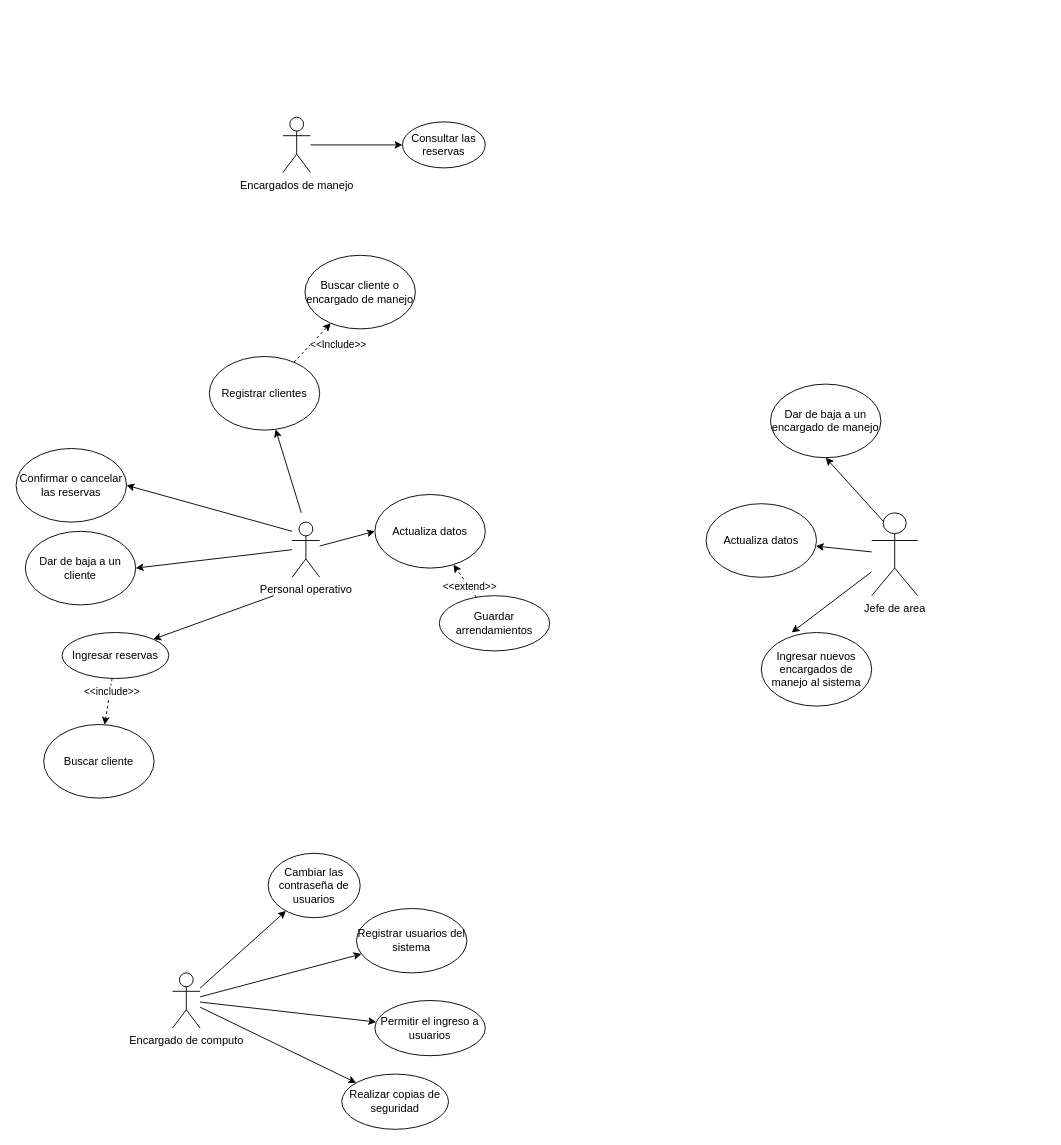
Above: Diseño&Arquitectura/Semana3/semana03.drawio in adriarpi1622/Daniel-Yali (draw.io), before the change. Source tidied: cells renumbered, new cells numbered last; positions are measured from the earlier drawing's top-left corner, leaving out a move shared by most shapes. Both pictures are drawn from the tidied source at 92%, with x=0, y=0 at pixel (16, 117).
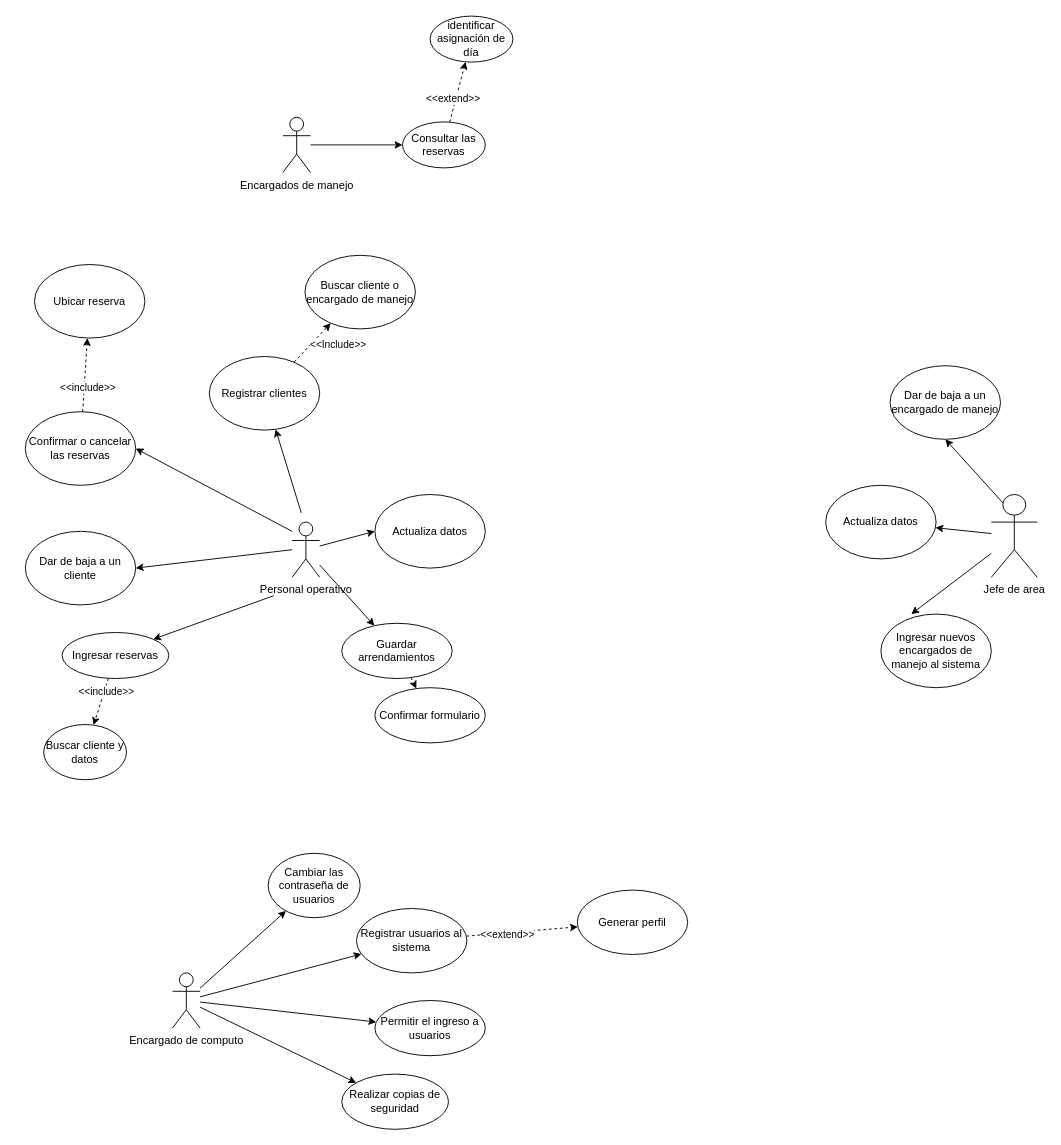
Above is the later version.

The change refers to these unchanged cells:
```xml
<mxCell id="18" value="Personal operativo" style="shape=umlActor;verticalLabelPosition=bottom;verticalAlign=top;html=1;outlineConnect=0;" parent="1" vertex="1">
  <mxGeometry x="300" y="440" width="30" height="60" as="geometry" />
</mxCell>
<mxCell id="20" value="Actualiza datos" style="ellipse;whiteSpace=wrap;html=1;" parent="1" vertex="1">
  <mxGeometry x="390" y="410" width="120" height="80" as="geometry" />
</mxCell>
<mxCell id="28" value="Consultar las reservas" style="ellipse;whiteSpace=wrap;html=1;" parent="1" vertex="1">
  <mxGeometry x="420" y="5" width="90" height="50" as="geometry" />
</mxCell>
```

What changed in the source:
```diff
@@
     <mxCell id="2" value="Jefe de area" style="shape=umlActor;verticalLabelPosition=bottom;verticalAlign=top;html=1;outlineConnect=0;" parent="1" vertex="1">
-      <mxGeometry x="930" y="430" width="50" height="90" as="geometry" />
+      <mxGeometry x="1060" y="410" width="50" height="90" as="geometry" />
     </mxCell>
@@
     <mxCell id="4" value="Dar de baja a un encargado de manejo" style="ellipse;whiteSpace=wrap;html=1;" parent="1" vertex="1">
-      <mxGeometry x="820" y="290" width="120" height="80" as="geometry" />
+      <mxGeometry x="950" y="270" width="120" height="80" as="geometry" />
     </mxCell>
     <mxCell id="5" value="Ingresar nuevos encargados de manejo al sistema" style="ellipse;whiteSpace=wrap;html=1;" parent="1" vertex="1">
-      <mxGeometry x="810" y="560" width="120" height="80" as="geometry" />
+      <mxGeometry x="940" y="540" width="120" height="80" as="geometry" />
     </mxCell>
@@
+    <mxCell id="42" style="edgeStyle=none;rounded=0;jettySize=auto;html=1;dashed=1;" parent="1" edge="1" source="10" target="49">
+      <mxGeometry relative="1" as="geometry" />
+    </mxCell>
+    <mxCell id="43" value="&amp;lt;&amp;lt;include&amp;gt;&amp;gt;" style="edgeLabel;html=1;align=center;verticalAlign=middle;" parent="42" vertex="1">
+      <mxGeometry x="-0.32" y="-3" relative="1" as="geometry" />
+    </mxCell>
     <mxCell id="10" value="Confirmar o cancelar las reservas" style="ellipse;whiteSpace=wrap;html=1;" parent="1" vertex="1">
-      <mxGeometry y="360" width="120" height="80" as="geometry" />
+      <mxGeometry x="10" y="320" width="120" height="80" as="geometry" />
     </mxCell>
@@
-    <mxCell id="15" style="edgeStyle=none;rounded=0;jettySize=auto;html=1;dashed=1;" parent="1" edge="1" source="17" target="20">
-      <mxGeometry relative="1" as="geometry" />
-    </mxCell>
-    <mxCell id="16" value="&amp;lt;&amp;lt;extend&amp;gt;&amp;gt;" style="edgeLabel;html=1;align=center;verticalAlign=middle;" parent="15" vertex="1">
-      <mxGeometry x="-0.36" y="-1" relative="1" as="geometry" />
-    </mxCell>
+    <mxCell id="44" style="edgeStyle=none;rounded=0;jettySize=auto;html=1;dashed=1;" parent="1" edge="1" source="17" target="50">
+      <mxGeometry relative="1" as="geometry" />
+    </mxCell>
     <mxCell id="17" value="Guardar arrendamientos" style="ellipse;whiteSpace=wrap;html=1;" parent="1" vertex="1">
-      <mxGeometry x="460" y="520" width="120" height="60" as="geometry" />
+      <mxGeometry x="354" y="550" width="120" height="60" as="geometry" />
     </mxCell>
@@
+    <mxCell id="45" style="edgeStyle=none;rounded=0;jettySize=auto;html=1;dashed=1;" parent="1" edge="1" source="22" target="53">
+      <mxGeometry relative="1" as="geometry" />
+    </mxCell>
+    <mxCell id="46" value="&amp;lt;&amp;lt;extend&amp;gt;&amp;gt;" style="edgeLabel;html=1;align=center;verticalAlign=middle;" parent="45" vertex="1">
+      <mxGeometry x="-0.28" y="-2" relative="1" as="geometry" />
+    </mxCell>
-    <mxCell id="22" value="Registrar usuarios del sistema" style="ellipse;whiteSpace=wrap;html=1;" parent="1" vertex="1">
+    <mxCell id="22" value="Registrar usuarios al sistema" style="ellipse;whiteSpace=wrap;html=1;" parent="1" vertex="1">
       <mxGeometry x="370" y="860" width="120" height="70" as="geometry" />
     </mxCell>
@@
+    <mxCell id="47" style="edgeStyle=none;rounded=0;jettySize=auto;html=1;dashed=1;" parent="1" edge="1" source="28" target="52">
+      <mxGeometry relative="1" as="geometry" />
+    </mxCell>
+    <mxCell id="48" value="&amp;lt;&amp;lt;extend&amp;gt;&amp;gt;" style="edgeLabel;html=1;align=center;verticalAlign=middle;" parent="47" vertex="1">
+      <mxGeometry x="-0.48" y="1" relative="1" as="geometry">
+        <mxPoint y="-8" as="offset" />
+      </mxGeometry>
+    </mxCell>
@@
     <mxCell id="40" value="Actualiza datos" style="ellipse;whiteSpace=wrap;html=1;" parent="1" vertex="1">
-      <mxGeometry x="750" y="420" width="120" height="80" as="geometry" />
+      <mxGeometry x="880" y="400" width="120" height="80" as="geometry" />
     </mxCell>
-    <mxCell id="41" value="Buscar cliente" style="ellipse;whiteSpace=wrap;html=1;" parent="1" vertex="1">
-      <mxGeometry x="30" y="660" width="120" height="80" as="geometry" />
+    <mxCell id="41" value="Buscar cliente y datos" style="ellipse;whiteSpace=wrap;html=1;" parent="1" vertex="1">
+      <mxGeometry x="30" y="660" width="90" height="60" as="geometry" />
     </mxCell>
+    <mxCell id="49" value="Ubicar reserva" style="ellipse;whiteSpace=wrap;html=1;" parent="1" vertex="1">
+      <mxGeometry x="20" y="160" width="120" height="80" as="geometry" />
+    </mxCell>
+    <mxCell id="50" value="Confirmar formulario" style="ellipse;whiteSpace=wrap;html=1;" parent="1" vertex="1">
+      <mxGeometry x="390" y="620" width="120" height="60" as="geometry" />
+    </mxCell>
+    <mxCell id="51" style="endArrow=classic;html=1;rounded=0;" parent="1" edge="1" source="18" target="17">
+      <mxGeometry relative="1" as="geometry" />
+    </mxCell>
+    <mxCell id="52" value="identificar asignación de día" style="ellipse;whiteSpace=wrap;html=1;" parent="1" vertex="1">
+      <mxGeometry x="450" y="-110" width="90" height="50" as="geometry" />
+    </mxCell>
+    <mxCell id="53" value="Generar perfil" style="ellipse;whiteSpace=wrap;html=1;" parent="1" vertex="1">
+      <mxGeometry x="610" y="840" width="120" height="70" as="geometry" />
+    </mxCell>
```
